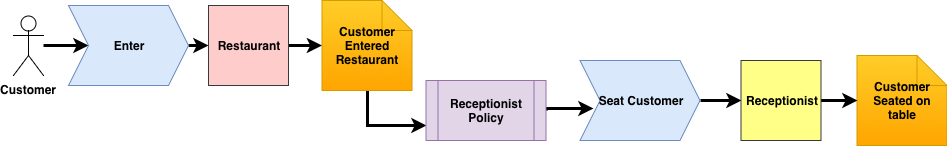
tripledio/tripledio.github.io keeps this draw.io diagram as img/posts/events-restaurant/processFlowReceptionist.png. Above is the earlier version. Source tidied: cells renumbered, new cells last; positions are measured from the earlier drawing's top-left corner, leaving out a move shared by most shapes.
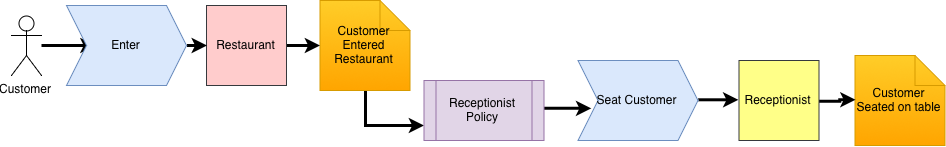
Later version of the same file.

The edit, as a diff of the source:
```diff
@@ -2,57 +2,57 @@
   <root>
     <mxCell id="0" />
     <mxCell id="1" parent="0" />
-    <mxCell id="2" value="&lt;b&gt;Customer Seated on table&lt;/b&gt;&lt;br&gt;" style="shape=note;whiteSpace=wrap;html=1;backgroundOutline=1;fillColor=#ffcd28;strokeColor=#d79b00;gradientColor=#ffa500;" parent="1" vertex="1">
+    <mxCell id="2" value="&lt;span&gt;Customer Seated on table&lt;/span&gt;&lt;br&gt;" style="shape=note;whiteSpace=wrap;html=1;backgroundOutline=1;fillColor=#ffcd28;strokeColor=#d79b00;gradientColor=#ffa500;fontStyle=0;" parent="1" vertex="1">
       <mxGeometry x="843.5" y="55" width="90" height="90" as="geometry" />
     </mxCell>
-    <mxCell id="3" style="edgeStyle=orthogonalEdgeStyle;rounded=0;jettySize=auto;html=1;entryX=0;entryY=0.75;entryDx=0;entryDy=0;strokeWidth=3;" parent="1" edge="1" source="4" target="6">
+    <mxCell id="3" style="edgeStyle=orthogonalEdgeStyle;rounded=0;jettySize=auto;html=1;entryX=0;entryY=0.75;entryDx=0;entryDy=0;strokeWidth=3;fontStyle=0;" parent="1" edge="1" source="4" target="6">
       <mxGeometry relative="1" as="geometry">
         <Array as="points">
           <mxPoint x="354" y="125" />
         </Array>
       </mxGeometry>
     </mxCell>
-    <mxCell id="4" value="&lt;b&gt;Customer Entered Restaurant&lt;/b&gt;&lt;br&gt;" style="shape=note;whiteSpace=wrap;html=1;backgroundOutline=1;fillColor=#ffcd28;strokeColor=#d79b00;gradientColor=#ffa500;" parent="1" vertex="1">
+    <mxCell id="4" value="&lt;span&gt;Customer Entered Restaurant&lt;/span&gt;&lt;br&gt;" style="shape=note;whiteSpace=wrap;html=1;backgroundOutline=1;fillColor=#ffcd28;strokeColor=#d79b00;gradientColor=#ffa500;fontStyle=0;" parent="1" vertex="1">
       <mxGeometry x="308.5" width="90" height="90" as="geometry" />
     </mxCell>
-    <mxCell id="5" style="edgeStyle=orthogonalEdgeStyle;rounded=0;jettySize=auto;html=1;exitX=1;exitY=0.5;exitDx=0;exitDy=0;entryX=0.113;entryY=0.6;entryDx=0;entryDy=0;entryPerimeter=0;strokeWidth=3;" parent="1" edge="1" source="6" target="8">
+    <mxCell id="5" style="edgeStyle=orthogonalEdgeStyle;rounded=0;jettySize=auto;html=1;exitX=1;exitY=0.5;exitDx=0;exitDy=0;entryX=0.113;entryY=0.6;entryDx=0;entryDy=0;entryPerimeter=0;strokeWidth=3;fontStyle=0;" parent="1" edge="1" source="6" target="8">
       <mxGeometry relative="1" as="geometry">
         <Array as="points">
           <mxPoint x="533" y="108" />
         </Array>
       </mxGeometry>
     </mxCell>
-    <mxCell id="6" value="&lt;b&gt;Receptionist Policy&lt;/b&gt;" style="shape=process;whiteSpace=wrap;html=1;backgroundOutline=1;fillColor=#e1d5e7;strokeColor=#9673a6;" parent="1" vertex="1">
+    <mxCell id="6" value="&lt;span&gt;Receptionist Policy&lt;/span&gt;" style="shape=process;whiteSpace=wrap;html=1;backgroundOutline=1;fillColor=#e1d5e7;strokeColor=#9673a6;fontStyle=0;" parent="1" vertex="1">
       <mxGeometry x="412.5" y="80" width="120" height="60" as="geometry" />
     </mxCell>
-    <mxCell id="7" style="edgeStyle=orthogonalEdgeStyle;rounded=0;jettySize=auto;html=1;exitX=1;exitY=0.5;exitDx=0;exitDy=0;entryX=0;entryY=0.5;entryDx=0;entryDy=0;strokeWidth=3;" parent="1" edge="1" source="8" target="10">
+    <mxCell id="7" style="edgeStyle=orthogonalEdgeStyle;rounded=0;jettySize=auto;html=1;exitX=1;exitY=0.5;exitDx=0;exitDy=0;entryX=0;entryY=0.5;entryDx=0;entryDy=0;strokeWidth=3;fontStyle=0;" parent="1" edge="1" source="8" target="10">
       <mxGeometry relative="1" as="geometry" />
     </mxCell>
-    <mxCell id="8" value="&lt;b&gt;Seat Customer&lt;/b&gt;" style="shape=step;perimeter=stepPerimeter;whiteSpace=wrap;html=1;fixedSize=1;fillColor=#dae8fc;strokeColor=#6c8ebf;" parent="1" vertex="1">
+    <mxCell id="8" value="&lt;span&gt;Seat Customer&lt;/span&gt;" style="shape=step;perimeter=stepPerimeter;whiteSpace=wrap;html=1;fixedSize=1;fillColor=#dae8fc;strokeColor=#6c8ebf;fontStyle=0;" parent="1" vertex="1">
       <mxGeometry x="566.5" y="60" width="120" height="80" as="geometry" />
     </mxCell>
-    <mxCell id="9" style="edgeStyle=orthogonalEdgeStyle;rounded=0;jettySize=auto;html=1;entryX=0;entryY=0.5;entryDx=0;entryDy=0;entryPerimeter=0;strokeWidth=3;" parent="1" edge="1" source="10" target="2">
+    <mxCell id="9" style="edgeStyle=orthogonalEdgeStyle;rounded=0;jettySize=auto;html=1;entryX=0;entryY=0.5;entryDx=0;entryDy=0;entryPerimeter=0;strokeWidth=3;fontStyle=0;" parent="1" edge="1" source="10" target="2">
       <mxGeometry relative="1" as="geometry" />
     </mxCell>
-    <mxCell id="10" value="&lt;b&gt;Receptionist&lt;/b&gt;" style="whiteSpace=wrap;html=1;fillColor=#ffff88;strokeColor=#36393d;" parent="1" vertex="1">
+    <mxCell id="10" value="&lt;span&gt;Receptionist&lt;/span&gt;" style="whiteSpace=wrap;html=1;fillColor=#ffff88;strokeColor=#36393d;fontStyle=0;" parent="1" vertex="1">
       <mxGeometry x="727.5" y="60" width="80" height="80" as="geometry" />
     </mxCell>
-    <mxCell id="11" style="edgeStyle=orthogonalEdgeStyle;rounded=0;jettySize=auto;html=1;strokeWidth=3;" parent="1" edge="1" source="12" target="4">
+    <mxCell id="11" style="edgeStyle=orthogonalEdgeStyle;rounded=0;jettySize=auto;html=1;strokeWidth=3;fontStyle=0;" parent="1" edge="1" source="12" target="4">
       <mxGeometry relative="1" as="geometry" />
     </mxCell>
-    <mxCell id="12" value="&lt;b&gt;Restaurant&lt;/b&gt;&lt;br&gt;" style="whiteSpace=wrap;html=1;fillColor=#ffcccc;strokeColor=#36393d;" parent="1" vertex="1">
+    <mxCell id="12" value="&lt;span&gt;Restaurant&lt;/span&gt;&lt;br&gt;" style="whiteSpace=wrap;html=1;fillColor=#ffcccc;strokeColor=#36393d;fontStyle=0;" parent="1" vertex="1">
       <mxGeometry x="195" y="5" width="80" height="80" as="geometry" />
     </mxCell>
-    <mxCell id="13" style="edgeStyle=orthogonalEdgeStyle;rounded=0;jettySize=auto;html=1;entryX=0;entryY=0.5;entryDx=0;entryDy=0;strokeWidth=3;" parent="1" edge="1" source="14" target="16">
+    <mxCell id="13" style="edgeStyle=orthogonalEdgeStyle;rounded=0;jettySize=auto;html=1;entryX=0;entryY=0.5;entryDx=0;entryDy=0;strokeWidth=3;fontStyle=0;" parent="1" edge="1" source="14" target="16">
       <mxGeometry relative="1" as="geometry" />
     </mxCell>
-    <mxCell id="14" value="&lt;b&gt;Customer&lt;/b&gt;" style="shape=umlActor;verticalLabelPosition=bottom;labelBackgroundColor=#ffffff;verticalAlign=top;html=1;outlineConnect=0;" parent="1" vertex="1">
+    <mxCell id="14" value="&lt;span&gt;Customer&lt;/span&gt;" style="shape=umlActor;verticalLabelPosition=bottom;labelBackgroundColor=#ffffff;verticalAlign=top;html=1;outlineConnect=0;fontStyle=0;" parent="1" vertex="1">
       <mxGeometry y="15" width="30" height="60" as="geometry" />
     </mxCell>
-    <mxCell id="15" style="edgeStyle=orthogonalEdgeStyle;rounded=0;jettySize=auto;html=1;exitX=1;exitY=0.5;exitDx=0;exitDy=0;entryX=0;entryY=0.5;entryDx=0;entryDy=0;strokeWidth=3;" parent="1" edge="1" source="16" target="12">
+    <mxCell id="15" style="edgeStyle=orthogonalEdgeStyle;rounded=0;jettySize=auto;html=1;exitX=1;exitY=0.5;exitDx=0;exitDy=0;entryX=0;entryY=0.5;entryDx=0;entryDy=0;strokeWidth=3;fontStyle=0;" parent="1" edge="1" source="16" target="12">
       <mxGeometry relative="1" as="geometry" />
     </mxCell>
-    <mxCell id="16" value="&lt;b&gt;Enter&lt;/b&gt;" style="shape=step;perimeter=stepPerimeter;whiteSpace=wrap;html=1;fixedSize=1;fillColor=#dae8fc;strokeColor=#6c8ebf;" parent="1" vertex="1">
+    <mxCell id="16" value="&lt;span&gt;Enter&lt;/span&gt;" style="shape=step;perimeter=stepPerimeter;whiteSpace=wrap;html=1;fixedSize=1;fillColor=#dae8fc;strokeColor=#6c8ebf;fontStyle=0;" parent="1" vertex="1">
       <mxGeometry x="55" y="5" width="120" height="80" as="geometry" />
     </mxCell>
   </root>
```
